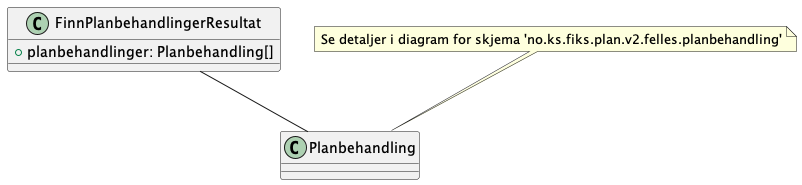
Above: Dokumentasjon/V2/ClassDiagrams/no.ks.fiks.plan.v2.innsyn.planbehandlinger.finn.resultat/planbehandlinger-finn-resultat.png in ks-no/fiks-plan-specification (PlantUML), before the change.
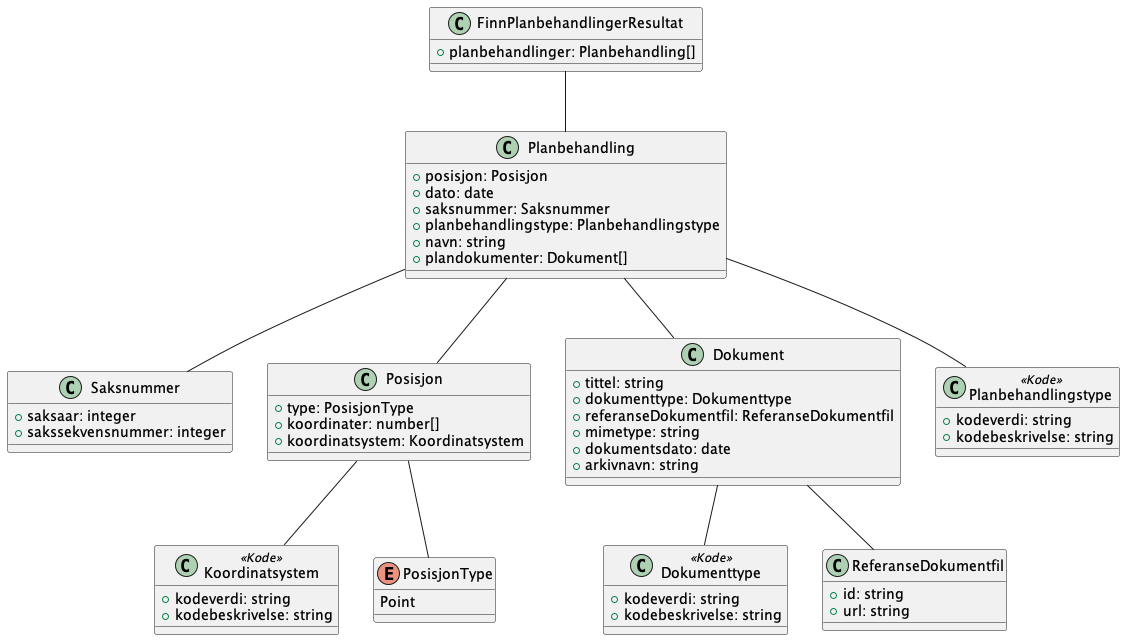
The same file after the commit.

Diff of the diagram source:
```diff
@@ -1,4 +1,5 @@
 @startuml
+!include ./../no.ks.fiks.plan.v2.felles.planbehandling/planbehandling.pu
 
 class FinnPlanbehandlingerResultat {
     +planbehandlinger: Planbehandling[]
@@ -6,6 +7,4 @@
 
 FinnPlanbehandlingerResultat -- Planbehandling
 
-note top of Planbehandling : Se detaljer i diagram for skjema 'no.ks.fiks.plan.v2.felles.planbehandling'
-
 @enduml
```
